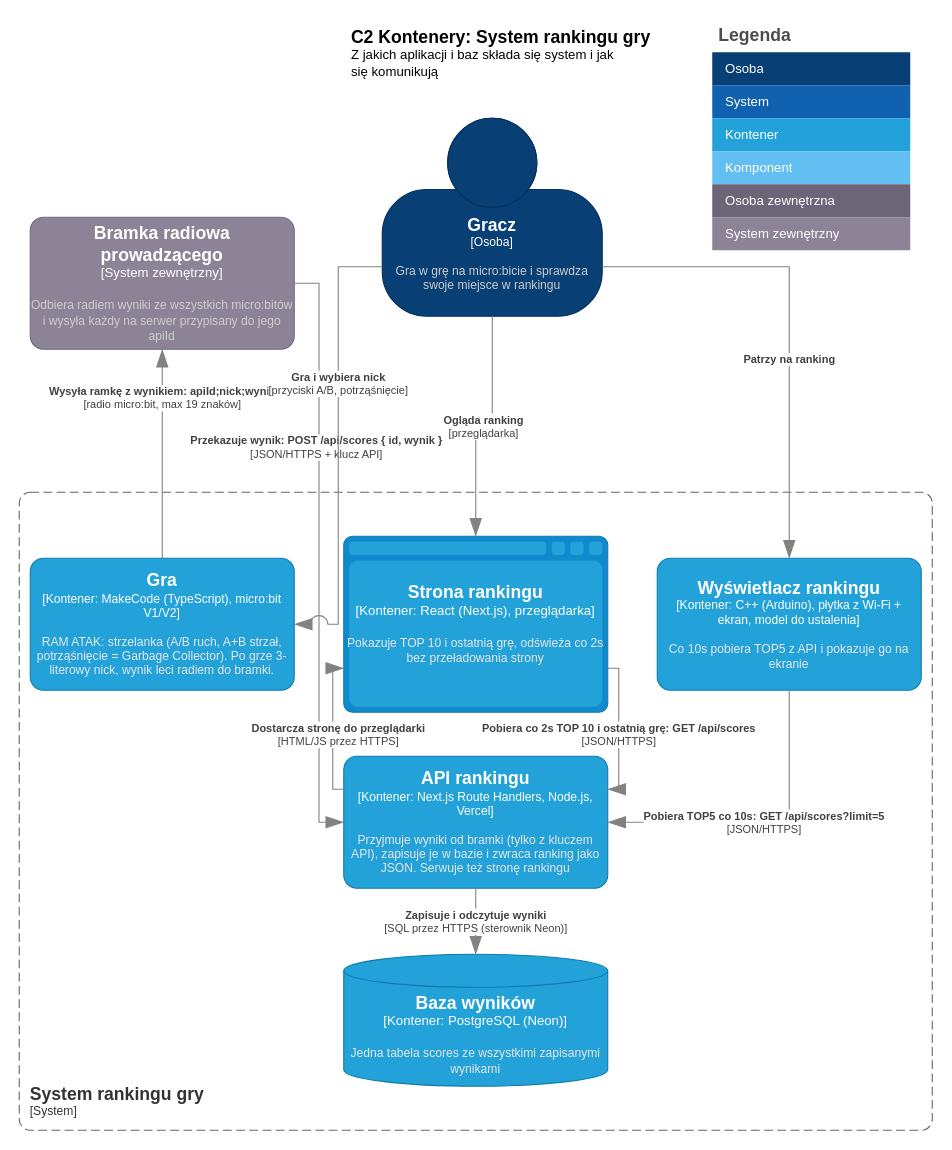
Before: page "C2 Kontenery" (2 of 4) of docs/c4-ranking.drawio in Damikk19/Sem5_JiPP, a draw.io diagram. Source tidied: cells renumbered, new cells numbered last; positions are measured from the earlier drawing's top-left corner, leaving out a move shared by most shapes. Both pictures are drawn from the tidied source at 110%, with x=0, y=0 at pixel (19, 19).
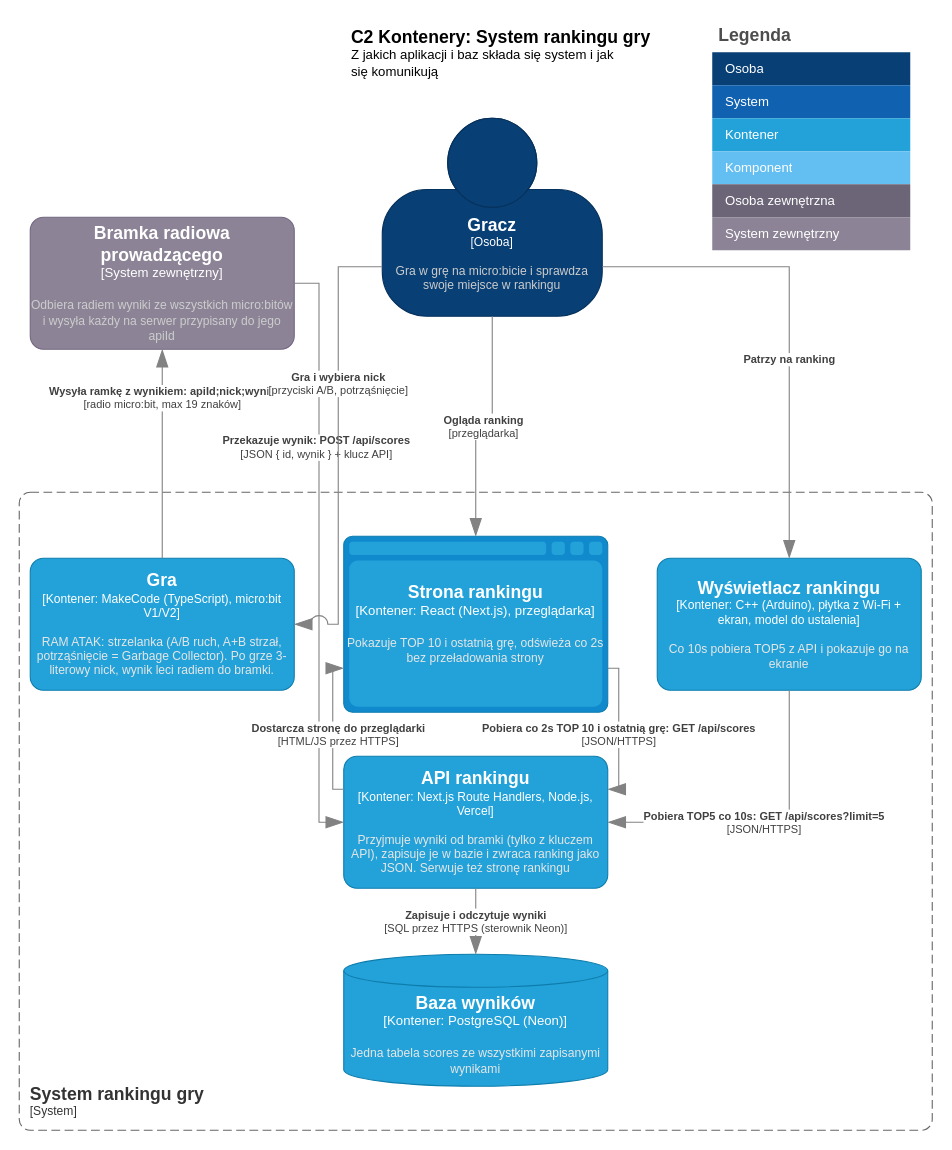
Above is the later version.

Unchanged cells that the change refers to:
```xml
<object id="3" label="&lt;font style=&quot;font-size: 16px&quot;&gt;&lt;b&gt;%c4Name%&lt;/b&gt;&lt;/font&gt;&lt;div&gt;[%c4Type%]&lt;/div&gt;&lt;br&gt;&lt;div&gt;&lt;font style=&quot;font-size: 11px&quot;&gt;&lt;font color=&quot;#cccccc&quot;&gt;%c4Description%&lt;/font&gt;&lt;/div&gt;" c4Description="Odbiera radiem wyniki ze wszystkich micro:bitów i wysyła każdy na serwer przypisany do jego apiId" c4Name="Bramka radiowa prowadzącego" c4Type="System zewnętrzny" placeholders="1">
  <mxCell style="rounded=1;whiteSpace=wrap;html=1;labelBackgroundColor=none;fillColor=#8C8496;fontColor=#ffffff;align=center;arcSize=10;strokeColor=#736782;points=[[0.25,0,0],[0.5,0,0],[0.75,0,0],[1,0.25,0],[1,0.5,0],[1,0.75,0],[0.75,1,0],[0.5,1,0],[0.25,1,0],[0,0.75,0],[0,0.5,0],[0,0.25,0]];" parent="1" vertex="1">
    <mxGeometry x="10" y="180" width="240" height="120" as="geometry" />
  </mxCell>
</object>
<object id="21" label="&lt;font style=&quot;font-size: 16px&quot;&gt;&lt;b&gt;%c4Name%&lt;/b&gt;&lt;/font&gt;&lt;div&gt;[%c4Type%: %c4Technology%]&lt;/div&gt;&lt;br&gt;&lt;div&gt;&lt;font style=&quot;font-size: 11px&quot;&gt;&lt;font color=&quot;#E6E6E6&quot;&gt;%c4Description%&lt;/font&gt;&lt;/div&gt;" c4Description="Przyjmuje wyniki od bramki (tylko z kluczem API), zapisuje je w bazie i zwraca ranking jako JSON. Serwuje też stronę rankingu" c4Name="API rankingu" c4Technology="Next.js Route Handlers, Node.js, Vercel" c4Type="Kontener" placeholders="1">
  <mxCell style="rounded=1;whiteSpace=wrap;html=1;fontSize=11;labelBackgroundColor=none;fillColor=#23A2D9;fontColor=#ffffff;align=center;arcSize=10;strokeColor=#0E7DAD;points=[[0.25,0,0],[0.5,0,0],[0.75,0,0],[1,0.25,0],[1,0.5,0],[1,0.75,0],[0.75,1,0],[0.5,1,0],[0.25,1,0],[0,0.75,0],[0,0.5,0],[0,0.25,0]];" parent="1" vertex="1">
    <mxGeometry x="295" y="670" width="240" height="120" as="geometry" />
  </mxCell>
</object>
```

What changed in the source:
```diff
@@
-    <object id="25" label="&lt;div style=&quot;text-align: left&quot;&gt;&lt;div style=&quot;text-align: center&quot;&gt;&lt;b&gt;%c4Description%&lt;/b&gt;&lt;/div&gt;&lt;div style=&quot;text-align: center&quot;&gt;[%c4Technology%]&lt;/div&gt;&lt;/div&gt;" c4Description="Przekazuje wynik: POST /api/scores { id, wynik }" c4Technology="JSON/HTTPS + klucz API" placeholders="1">
+    <object id="25" label="&lt;div style=&quot;text-align: left&quot;&gt;&lt;div style=&quot;text-align: center&quot;&gt;&lt;b&gt;%c4Description%&lt;/b&gt;&lt;/div&gt;&lt;div style=&quot;text-align: center&quot;&gt;[%c4Technology%]&lt;/div&gt;&lt;/div&gt;" c4Description="Przekazuje wynik: POST /api/scores" c4Technology="JSON { id, wynik } + klucz API" placeholders="1">
       <mxCell style="endArrow=blockThin;html=1;fontSize=10;fontColor=#404040;strokeWidth=1;endFill=1;strokeColor=#828282;elbow=vertical;endSize=14;startSize=14;jumpStyle=arc;jumpSize=16;rounded=0;edgeStyle=orthogonalEdgeStyle;defaultLabelBackgroundColor=page;entryX=0;entryY=0.5;entryDx=0;entryDy=0;entryPerimeter=0;" parent="1" edge="1" source="3" target="21">
         <mxGeometry x="-0.36" y="-2" relative="1" as="geometry">
           <mxPoint x="-1" as="offset" />
         </mxGeometry>
       </mxCell>
     </object>
```
